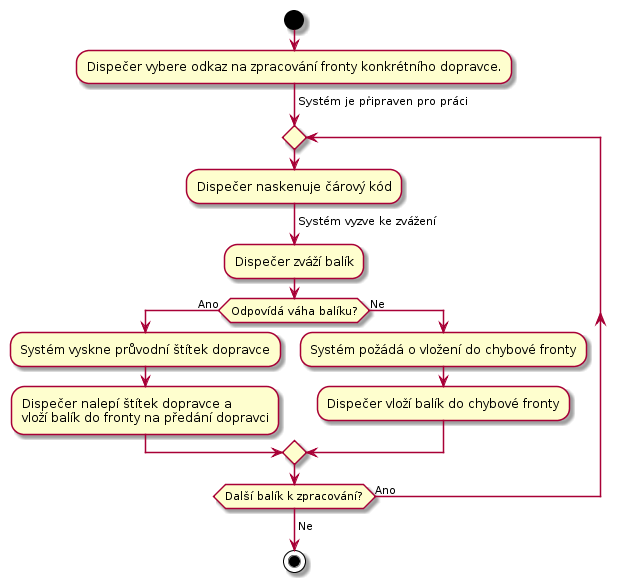
Internet-Handel/postman keeps this PlantUML diagram as docs/diagrams/out/uc-23-activity.png. Above is the earlier version.
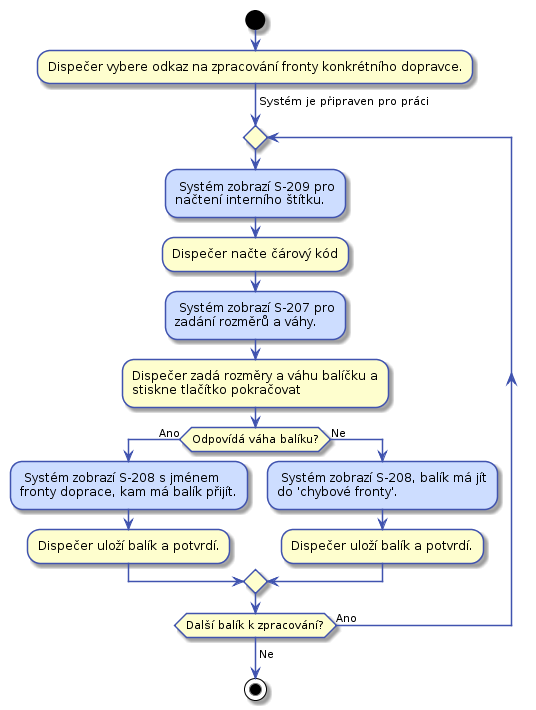
The same file after the commit.

What changed in the source:
```diff
@@ -1,4 +1,17 @@
 @startuml
+
+skinparam activity {
+    BorderColor #4053AF
+    ArrowColor #4053AF
+    FontName Roboto
+}
+
+skinparam activityDiamond {
+    BorderColor #4053AF
+    ArrowColor #4053AF
+    FontName Roboto
+}
+
 start
 
 :Dispečer vybere odkaz na zpracování fronty konkrétního dopravce.;
@@ -7,17 +20,23 @@
 
 repeat
 
-    :Dispečer naskenuje čárový kód;
-    -> Systém vyzve ke zvážení;
-    :Dispečer zváží balík;
+    #CDDDFF: Systém zobrazí S-209 pro
+    načtení interního štítku.;
+    :Dispečer načte čárový kód;
+
+    #CDDDFF: Systém zobrazí S-207 pro
+    zadání rozměrů a váhy.;
+    :Dispečer zadá rozměry a váhu balíčku a
+    stiskne tlačítko pokračovat;
 
     if (Odpovídá váha balíku?) then (Ano)
-        :Systém vyskne průvodní štítek dopravce;
-        :Dispečer nalepí štítek dopravce a
-        vloží balík do fronty na předání dopravci;
+        #CDDDFF: Systém zobrazí S-208 s jménem
+        fronty doprace, kam má balík přijít.;
+        :Dispečer uloží balík a potvrdí.;
     else (Ne)
-        :Systém požádá o vložení do chybové fronty;
-        :Dispečer vloží balík do chybové fronty;
+        #CDDDFF: Systém zobrazí S-208, balík má jít
+        do 'chybové fronty'.;
+        :Dispečer uloží balík a potvrdí.;
     endif
 
 repeat while (Další balík k zpracování?) is (Ano)
```
